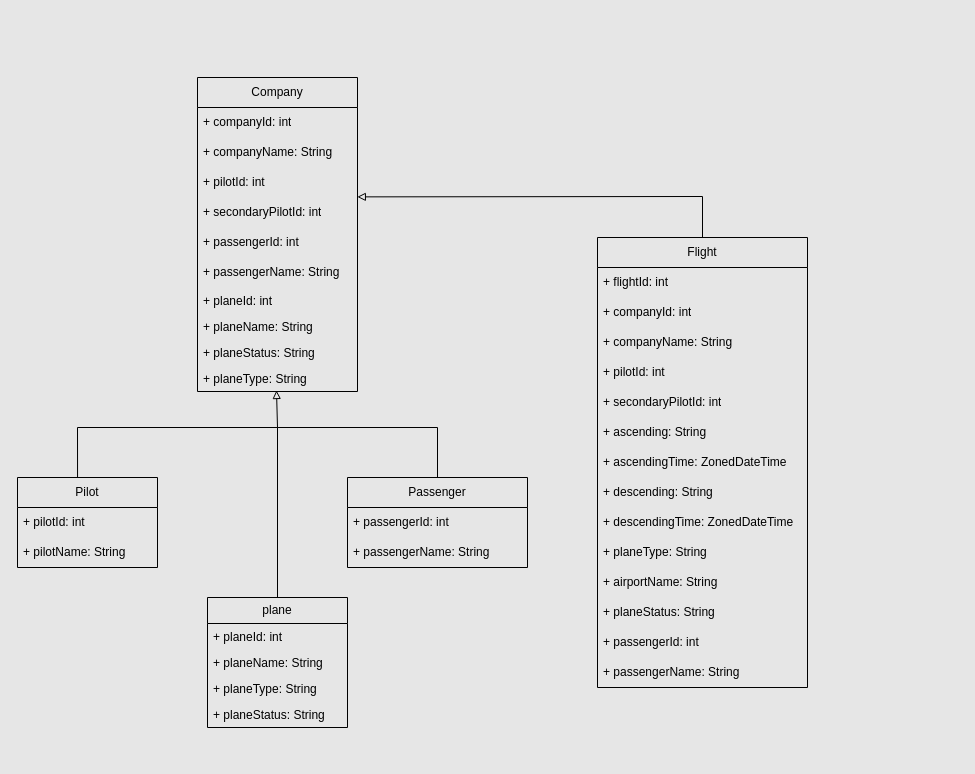
The draw.io diagram FlightManagement.drawio in Gundogduu/javaIntro2022, before the edit. Source tidied: cells renumbered, new cells numbered last; positions are measured from the earlier drawing's top-left corner, leaving out a move shared by most shapes. Both pictures are drawn from the tidied source at 100%, with x=0, y=0 at pixel (17, 77).
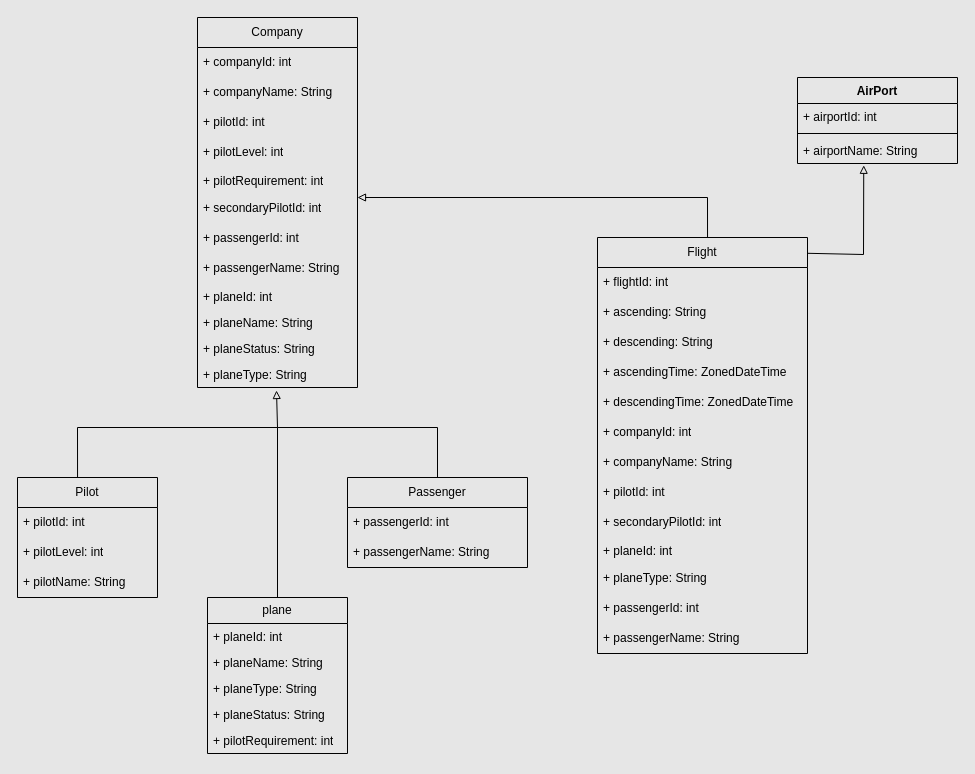
The same diagram, later.

Change to the diagram source:
```diff
@@
     <mxCell id="2" value="Flight" style="swimlane;fontStyle=0;horizontal=1;startSize=30;whiteSpace=wrap;html=1;fillColor=none;" parent="1" vertex="1">
-      <mxGeometry x="580" y="160" width="210" height="450" as="geometry" />
+      <mxGeometry x="580" y="160" width="210" height="416" as="geometry" />
     </mxCell>
@@
+    <mxCell id="8" value="+ ascending: String" style="text;strokeColor=none;fillColor=none;align=left;verticalAlign=middle;spacingLeft=4;spacingRight=4;overflow=hidden;whiteSpace=wrap;html=1;" parent="2" vertex="1">
+      <mxGeometry y="60" width="210" height="30" as="geometry" />
+    </mxCell>
+    <mxCell id="10" value="+ descending: String" style="text;strokeColor=none;fillColor=none;align=left;verticalAlign=middle;spacingLeft=4;spacingRight=4;overflow=hidden;whiteSpace=wrap;html=1;" parent="2" vertex="1">
+      <mxGeometry y="90" width="210" height="30" as="geometry" />
+    </mxCell>
+    <mxCell id="9" value="+ ascendingTime:&amp;nbsp;ZonedDateTime" style="text;strokeColor=none;fillColor=none;align=left;verticalAlign=middle;spacingLeft=4;spacingRight=4;overflow=hidden;whiteSpace=wrap;html=1;" parent="2" vertex="1">
+      <mxGeometry y="120" width="210" height="30" as="geometry" />
+    </mxCell>
+    <mxCell id="11" value="+ descendingTime:&amp;nbsp;ZonedDateTime" style="text;strokeColor=none;fillColor=none;align=left;verticalAlign=middle;spacingLeft=4;spacingRight=4;overflow=hidden;whiteSpace=wrap;html=1;" parent="2" vertex="1">
+      <mxGeometry y="150" width="210" height="30" as="geometry" />
+    </mxCell>
     <mxCell id="4" value="+ companyId: int" style="text;strokeColor=none;fillColor=none;align=left;verticalAlign=middle;spacingLeft=4;spacingRight=4;overflow=hidden;whiteSpace=wrap;html=1;" parent="2" vertex="1">
-      <mxGeometry y="60" width="210" height="30" as="geometry" />
+      <mxGeometry y="180" width="210" height="30" as="geometry" />
     </mxCell>
     <mxCell id="5" value="+ companyName: String" style="text;strokeColor=none;fillColor=none;align=left;verticalAlign=middle;spacingLeft=4;spacingRight=4;overflow=hidden;whiteSpace=wrap;html=1;" parent="2" vertex="1">
-      <mxGeometry y="90" width="210" height="30" as="geometry" />
+      <mxGeometry y="210" width="210" height="30" as="geometry" />
     </mxCell>
     <mxCell id="6" value="+ pilotId: int" style="text;strokeColor=none;fillColor=none;align=left;verticalAlign=middle;spacingLeft=4;spacingRight=4;overflow=hidden;whiteSpace=wrap;html=1;" parent="2" vertex="1">
-      <mxGeometry y="120" width="210" height="30" as="geometry" />
+      <mxGeometry y="240" width="210" height="30" as="geometry" />
     </mxCell>
     <mxCell id="7" value="+ secondaryPilotId: int" style="text;strokeColor=none;fillColor=none;align=left;verticalAlign=middle;spacingLeft=4;spacingRight=4;overflow=hidden;whiteSpace=wrap;html=1;" parent="2" vertex="1">
-      <mxGeometry y="150" width="210" height="30" as="geometry" />
+      <mxGeometry y="270" width="210" height="30" as="geometry" />
     </mxCell>
-    <mxCell id="8" value="+ ascending: String" style="text;strokeColor=none;fillColor=none;align=left;verticalAlign=middle;spacingLeft=4;spacingRight=4;overflow=hidden;whiteSpace=wrap;html=1;" parent="2" vertex="1">
-      <mxGeometry y="180" width="210" height="30" as="geometry" />
-    </mxCell>
-    <mxCell id="9" value="+ ascendingTime:&amp;nbsp;ZonedDateTime" style="text;strokeColor=none;fillColor=none;align=left;verticalAlign=middle;spacingLeft=4;spacingRight=4;overflow=hidden;whiteSpace=wrap;html=1;" parent="2" vertex="1">
-      <mxGeometry y="210" width="210" height="30" as="geometry" />
-    </mxCell>
-    <mxCell id="10" value="+ descending: String" style="text;strokeColor=none;fillColor=none;align=left;verticalAlign=middle;spacingLeft=4;spacingRight=4;overflow=hidden;whiteSpace=wrap;html=1;" parent="2" vertex="1">
-      <mxGeometry y="240" width="210" height="30" as="geometry" />
-    </mxCell>
-    <mxCell id="11" value="+ descendingTime:&amp;nbsp;ZonedDateTime" style="text;strokeColor=none;fillColor=none;align=left;verticalAlign=middle;spacingLeft=4;spacingRight=4;overflow=hidden;whiteSpace=wrap;html=1;" parent="2" vertex="1">
-      <mxGeometry y="270" width="210" height="30" as="geometry" />
-    </mxCell>
+    <mxCell id="44" value="+ planeId: int" style="text;strokeColor=none;fillColor=none;align=left;verticalAlign=top;spacingLeft=4;spacingRight=4;overflow=hidden;whiteSpace=wrap;html=1;" parent="2" vertex="1">
+      <mxGeometry y="300" width="210" height="26" as="geometry" />
+    </mxCell>
     <mxCell id="12" value="+ planeType: String" style="text;strokeColor=none;fillColor=none;align=left;verticalAlign=middle;spacingLeft=4;spacingRight=4;overflow=hidden;whiteSpace=wrap;html=1;" parent="2" vertex="1">
-      <mxGeometry y="300" width="210" height="30" as="geometry" />
+      <mxGeometry y="326" width="210" height="30" as="geometry" />
     </mxCell>
-    <mxCell id="13" value="+ airportName: String" style="text;strokeColor=none;fillColor=none;align=left;verticalAlign=middle;spacingLeft=4;spacingRight=4;overflow=hidden;points=[[0,0.5],[1,0.5]];portConstraint=eastwest;whiteSpace=wrap;html=1;" parent="2" vertex="1">
-      <mxGeometry y="330" width="210" height="30" as="geometry" />
-    </mxCell>
-    <mxCell id="14" value="+ planeStatus: String" style="text;strokeColor=none;fillColor=none;align=left;verticalAlign=middle;spacingLeft=4;spacingRight=4;overflow=hidden;whiteSpace=wrap;html=1;" parent="2" vertex="1">
-      <mxGeometry y="360" width="210" height="30" as="geometry" />
-    </mxCell>
     <mxCell id="15" value="+ passengerId: int" style="text;strokeColor=none;fillColor=none;align=left;verticalAlign=middle;spacingLeft=4;spacingRight=4;overflow=hidden;whiteSpace=wrap;html=1;" parent="2" vertex="1">
-      <mxGeometry y="390" width="210" height="30" as="geometry" />
+      <mxGeometry y="356" width="210" height="30" as="geometry" />
     </mxCell>
     <mxCell id="16" value="+ passengerName: String" style="text;strokeColor=none;fillColor=none;align=left;verticalAlign=middle;spacingLeft=4;spacingRight=4;overflow=hidden;whiteSpace=wrap;html=1;" parent="2" vertex="1">
-      <mxGeometry y="420" width="210" height="30" as="geometry" />
+      <mxGeometry y="386" width="210" height="30" as="geometry" />
     </mxCell>
     <mxCell id="17" value="Company" style="swimlane;fontStyle=0;horizontal=1;startSize=30;whiteSpace=wrap;html=1;fillColor=none;" parent="1" vertex="1">
-      <mxGeometry x="180" width="160" height="314" as="geometry" />
+      <mxGeometry x="180" y="-60" width="160" height="370" as="geometry" />
     </mxCell>
@@
+    <mxCell id="45" value="+ pilotLevel: int" style="text;strokeColor=none;fillColor=none;align=left;verticalAlign=middle;spacingLeft=4;spacingRight=4;overflow=hidden;whiteSpace=wrap;html=1;" parent="17" vertex="1">
+      <mxGeometry y="120" width="160" height="30" as="geometry" />
+    </mxCell>
+    <mxCell id="46" value="+ pilotRequirement: int" style="text;strokeColor=none;fillColor=none;align=left;verticalAlign=top;spacingLeft=4;spacingRight=4;overflow=hidden;whiteSpace=wrap;html=1;" parent="17" vertex="1">
+      <mxGeometry y="150" width="160" height="26" as="geometry" />
+    </mxCell>
     <mxCell id="21" value="+ secondaryPilotId: int" style="text;strokeColor=none;fillColor=none;align=left;verticalAlign=middle;spacingLeft=4;spacingRight=4;overflow=hidden;points=[[0,0.5],[1,0.5]];portConstraint=eastwest;whiteSpace=wrap;html=1;" parent="17" vertex="1">
-      <mxGeometry y="120" width="160" height="30" as="geometry" />
+      <mxGeometry y="176" width="160" height="30" as="geometry" />
     </mxCell>
     <mxCell id="22" value="+ passengerId: int" style="text;strokeColor=none;fillColor=none;align=left;verticalAlign=middle;spacingLeft=4;spacingRight=4;overflow=hidden;whiteSpace=wrap;html=1;" parent="17" vertex="1">
-      <mxGeometry y="150" width="160" height="30" as="geometry" />
+      <mxGeometry y="206" width="160" height="30" as="geometry" />
     </mxCell>
     <mxCell id="23" value="+ passengerName: String" style="text;strokeColor=none;fillColor=none;align=left;verticalAlign=middle;spacingLeft=4;spacingRight=4;overflow=hidden;whiteSpace=wrap;html=1;" parent="17" vertex="1">
-      <mxGeometry y="180" width="160" height="30" as="geometry" />
+      <mxGeometry y="236" width="160" height="30" as="geometry" />
     </mxCell>
     <mxCell id="24" value="+ planeId: int" style="text;strokeColor=none;fillColor=none;align=left;verticalAlign=top;spacingLeft=4;spacingRight=4;overflow=hidden;whiteSpace=wrap;html=1;" parent="17" vertex="1">
-      <mxGeometry y="210" width="160" height="26" as="geometry" />
+      <mxGeometry y="266" width="160" height="26" as="geometry" />
     </mxCell>
     <mxCell id="25" value="+ planeName: String" style="text;strokeColor=none;fillColor=none;align=left;verticalAlign=top;spacingLeft=4;spacingRight=4;overflow=hidden;whiteSpace=wrap;html=1;" parent="17" vertex="1">
-      <mxGeometry y="236" width="160" height="26" as="geometry" />
+      <mxGeometry y="292" width="160" height="26" as="geometry" />
     </mxCell>
     <mxCell id="26" value="+ planeStatus: String" style="text;strokeColor=none;fillColor=none;align=left;verticalAlign=top;spacingLeft=4;spacingRight=4;overflow=hidden;whiteSpace=wrap;html=1;" parent="17" vertex="1">
-      <mxGeometry y="262" width="160" height="26" as="geometry" />
+      <mxGeometry y="318" width="160" height="26" as="geometry" />
     </mxCell>
     <mxCell id="27" value="+ planeType: String" style="text;strokeColor=none;fillColor=none;align=left;verticalAlign=top;spacingLeft=4;spacingRight=4;overflow=hidden;whiteSpace=wrap;html=1;" parent="17" vertex="1">
-      <mxGeometry y="288" width="160" height="26" as="geometry" />
+      <mxGeometry y="344" width="160" height="26" as="geometry" />
     </mxCell>
     <mxCell id="28" value="Pilot" style="swimlane;fontStyle=0;horizontal=1;startSize=30;whiteSpace=wrap;html=1;fillColor=none;" parent="1" vertex="1">
-      <mxGeometry y="400" width="140" height="90" as="geometry" />
+      <mxGeometry y="400" width="140" height="120" as="geometry" />
     </mxCell>
@@
+    <mxCell id="47" value="+ pilotLevel: int" style="text;strokeColor=none;fillColor=none;align=left;verticalAlign=middle;spacingLeft=4;spacingRight=4;overflow=hidden;whiteSpace=wrap;html=1;" parent="28" vertex="1">
+      <mxGeometry y="60" width="140" height="30" as="geometry" />
+    </mxCell>
     <mxCell id="30" value="+ pilotName: String" style="text;strokeColor=none;fillColor=none;align=left;verticalAlign=middle;spacingLeft=4;spacingRight=4;overflow=hidden;whiteSpace=wrap;html=1;" parent="28" vertex="1">
-      <mxGeometry y="60" width="140" height="30" as="geometry" />
+      <mxGeometry y="90" width="140" height="30" as="geometry" />
     </mxCell>
@@
     <mxCell id="37" value="plane" style="swimlane;fontStyle=0;horizontal=1;startSize=26;fillColor=none;whiteSpace=wrap;html=1;" parent="1" vertex="1">
-      <mxGeometry x="190" y="520" width="140" height="130" as="geometry" />
+      <mxGeometry x="190" y="520" width="140" height="156" as="geometry" />
     </mxCell>
@@
+    <mxCell id="48" value="+ pilotRequirement: int" style="text;strokeColor=none;fillColor=none;align=left;verticalAlign=top;spacingLeft=4;spacingRight=4;overflow=hidden;whiteSpace=wrap;html=1;" parent="37" vertex="1">
+      <mxGeometry y="130" width="140" height="26" as="geometry" />
+    </mxCell>
@@
-    <mxCell id="43" style="edgeStyle=none;jettySize=auto;html=1;rounded=0;exitX=0.999;exitY=-0.021;exitDx=0;exitDy=0;exitPerimeter=0;entryX=0.5;entryY=0;entryDx=0;entryDy=0;endArrow=none;startFill=0;startArrow=block;" parent="1" edge="1" source="21" target="2">
+    <mxCell id="43" style="edgeStyle=none;jettySize=auto;html=1;rounded=0;endArrow=none;startFill=0;startArrow=block;entryX=0.524;entryY=0;entryDx=0;entryDy=0;entryPerimeter=0;" parent="1" edge="1" target="2">
       <mxGeometry relative="1" as="geometry">
+        <mxPoint x="340" y="120" as="sourcePoint" />
         <Array as="points">
-          <mxPoint x="685" y="119" />
+          <mxPoint x="690" y="120" />
         </Array>
       </mxGeometry>
     </mxCell>
+    <mxCell id="49" value="AirPort" style="swimlane;fontStyle=1;align=center;verticalAlign=top;horizontal=1;startSize=26;whiteSpace=wrap;html=1;fillColor=none;" parent="1" vertex="1">
+      <mxGeometry x="780" width="160" height="86" as="geometry" />
+    </mxCell>
+    <mxCell id="50" value="+ airportId: int" style="text;strokeColor=none;fillColor=none;align=left;verticalAlign=top;spacingLeft=4;spacingRight=4;overflow=hidden;whiteSpace=wrap;html=1;" parent="49" vertex="1">
+      <mxGeometry y="26" width="160" height="26" as="geometry" />
+    </mxCell>
+    <mxCell id="51" style="line;strokeWidth=1;fillColor=none;align=left;verticalAlign=middle;spacingTop=-1;spacingLeft=3;spacingRight=3;labelPosition=right;strokeColor=inherit;" parent="49" vertex="1">
+      <mxGeometry y="52" width="160" height="8" as="geometry" />
+    </mxCell>
+    <mxCell id="13" value="+ airportName: String" style="text;strokeColor=none;fillColor=none;align=left;verticalAlign=top;spacingLeft=4;spacingRight=4;overflow=hidden;points=[[0,0.5],[1,0.5]];portConstraint=eastwest;whiteSpace=wrap;html=1;" parent="49" vertex="1">
+      <mxGeometry y="60" width="160" height="26" as="geometry" />
+    </mxCell>
+    <mxCell id="52" style="edgeStyle=none;jettySize=auto;html=1;rounded=0;entryX=0.414;entryY=1.069;entryDx=0;entryDy=0;entryPerimeter=0;exitX=1.002;exitY=0.038;exitDx=0;exitDy=0;exitPerimeter=0;endArrow=block;endFill=0;" parent="1" edge="1" source="2" target="13">
+      <mxGeometry relative="1" as="geometry">
+        <Array as="points">
+          <mxPoint x="846" y="177" />
+        </Array>
+      </mxGeometry>
+    </mxCell>
```
